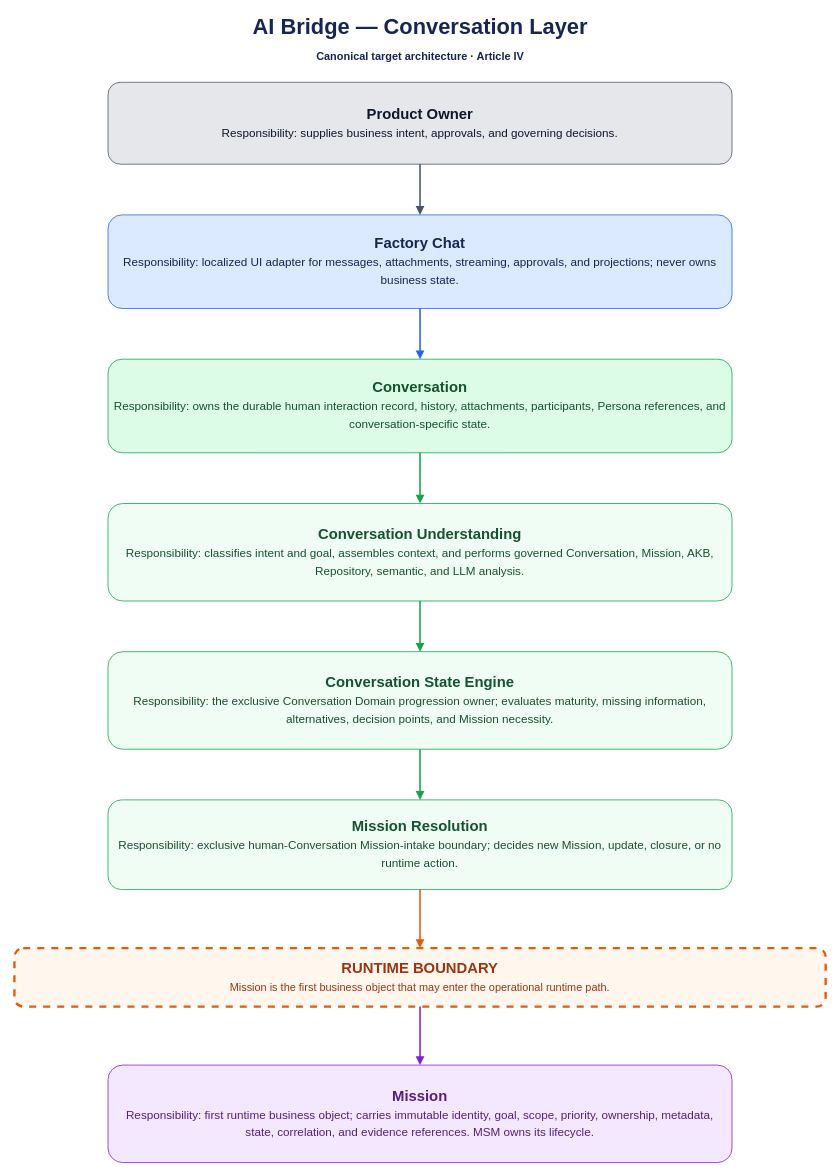
Above: docs/architecture/diagrams/01-conversation-layer/Conversation Layer.drawio in zsambokia/ai-bridge (draw.io), before the change. Source tidied: cells renumbered, new cells numbered last; positions are measured from the earlier drawing's top-left corner, leaving out a move shared by most shapes. Both pictures are drawn from the tidied source at 78%, with x=0, y=0 at pixel (14, 16).
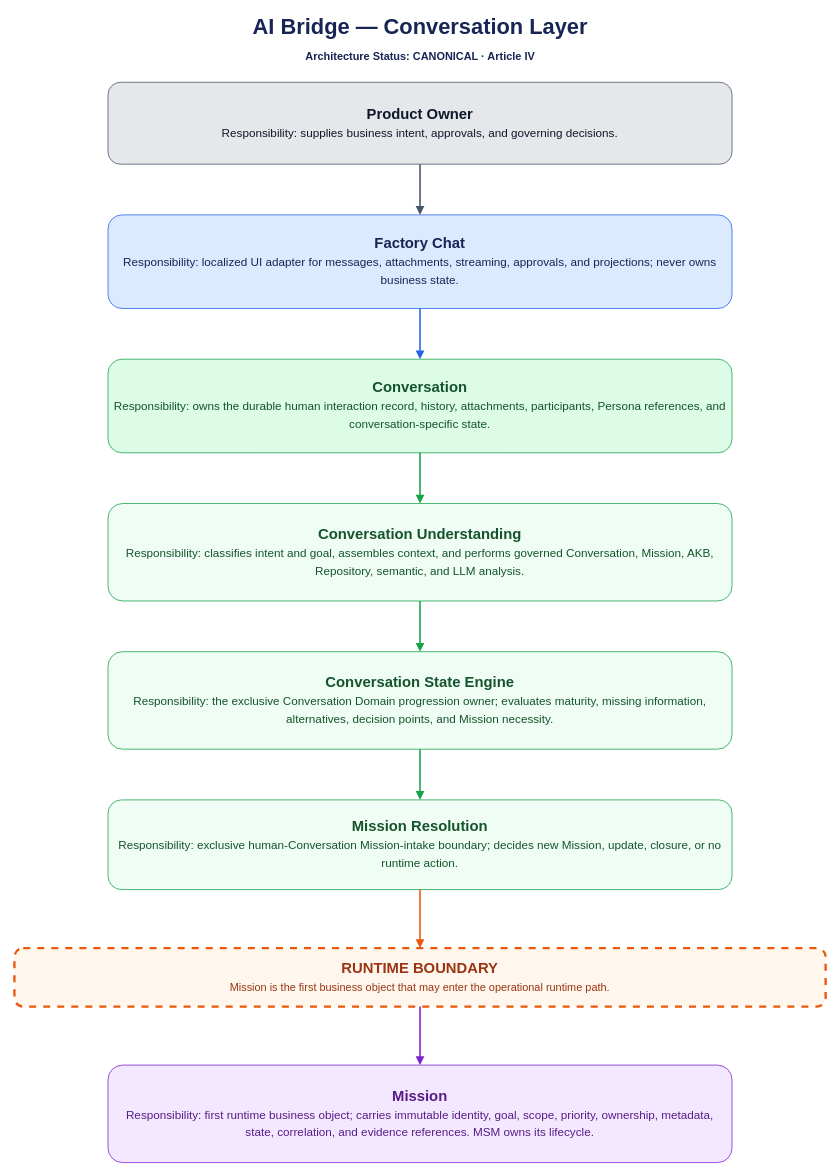
The same diagram, later.

The edit, as a diff of the source:
```diff
@@
 <mxGraphModel>
   <root>
     <mxCell id="0" />
     <mxCell id="1" parent="0" />
-    <mxCell id="2" value="AI Bridge — Conversation Layer&lt;br&gt;&lt;font style=&quot;font-size:14px&quot;&gt;Canonical target architecture · Article IV&lt;/font&gt;" style="text;html=1;align=center;verticalAlign=middle;fontSize=28;fontStyle=1;fontColor=#172554;" parent="1" vertex="1">
+    <mxCell id="2" value="AI Bridge — Conversation Layer&lt;br&gt;&lt;font style=&quot;font-size:14px&quot;&gt;Architecture Status: CANONICAL · Article IV&lt;/font&gt;" style="text;html=1;align=center;verticalAlign=middle;fontSize=28;fontStyle=1;fontColor=#172554;" parent="1" vertex="1">
       <mxGeometry width="1040" height="60" as="geometry" />
     </mxCell>
     <mxCell id="3" value="&lt;b&gt;Product Owner&lt;/b&gt;&lt;br&gt;&lt;font style=&quot;font-size:15px&quot;&gt;Responsibility: supplies business intent, approvals, and governing decisions.&lt;/font&gt;" style="rounded=1;whiteSpace=wrap;html=1;fillColor=#E5E7EB;strokeColor=#475569;fontColor=#0F172A;fontSize=19;align=center;verticalAlign=middle;spacing=8;" parent="1" vertex="1">
       <mxGeometry x="120" y="85" width="800" height="105" as="geometry" />
     </mxCell>
     <mxCell id="4" value="&lt;b&gt;Factory Chat&lt;/b&gt;&lt;br&gt;&lt;font style=&quot;font-size:15px&quot;&gt;Responsibility: localized UI adapter for messages, attachments, streaming, approvals, and projections; never owns business state.&lt;/font&gt;" style="rounded=1;whiteSpace=wrap;html=1;fillColor=#DBEAFE;strokeColor=#2563EB;fontColor=#172554;fontSize=19;align=center;verticalAlign=middle;spacing=8;" parent="1" vertex="1">
       <mxGeometry x="120" y="255" width="800" height="120" as="geometry" />
     </mxCell>
     <mxCell id="5" value="&lt;b&gt;Conversation&lt;/b&gt;&lt;br&gt;&lt;font style=&quot;font-size:15px&quot;&gt;Responsibility: owns the durable human interaction record, history, attachments, participants, Persona references, and conversation-specific state.&lt;/font&gt;" style="rounded=1;whiteSpace=wrap;html=1;fillColor=#DCFCE7;strokeColor=#16A34A;fontColor=#14532D;fontSize=19;align=center;verticalAlign=middle;spacing=8;" parent="1" vertex="1">
       <mxGeometry x="120" y="440" width="800" height="120" as="geometry" />
     </mxCell>
     <mxCell id="6" value="&lt;b&gt;Conversation Understanding&lt;/b&gt;&lt;br&gt;&lt;font style=&quot;font-size:15px&quot;&gt;Responsibility: classifies intent and goal, assembles context, and performs governed Conversation, Mission, AKB, Repository, semantic, and LLM analysis.&lt;/font&gt;" style="rounded=1;whiteSpace=wrap;html=1;fillColor=#F0FDF4;strokeColor=#16A34A;fontColor=#14532D;fontSize=19;align=center;verticalAlign=middle;spacing=8;" parent="1" vertex="1">
       <mxGeometry x="120" y="625" width="800" height="125" as="geometry" />
     </mxCell>
     <mxCell id="7" value="&lt;b&gt;Conversation State Engine&lt;/b&gt;&lt;br&gt;&lt;font style=&quot;font-size:15px&quot;&gt;Responsibility: the exclusive Conversation Domain progression owner; evaluates maturity, missing information, alternatives, decision points, and Mission necessity.&lt;/font&gt;" style="rounded=1;whiteSpace=wrap;html=1;fillColor=#F0FDF4;strokeColor=#16A34A;fontColor=#14532D;fontSize=19;align=center;verticalAlign=middle;spacing=8;" parent="1" vertex="1">
       <mxGeometry x="120" y="815" width="800" height="125" as="geometry" />
     </mxCell>
     <mxCell id="8" value="&lt;b&gt;Mission Resolution&lt;/b&gt;&lt;br&gt;&lt;font style=&quot;font-size:15px&quot;&gt;Responsibility: exclusive human-Conversation Mission-intake boundary; decides new Mission, update, closure, or no runtime action.&lt;/font&gt;" style="rounded=1;whiteSpace=wrap;html=1;fillColor=#F0FDF4;strokeColor=#16A34A;fontColor=#14532D;fontSize=19;align=center;verticalAlign=middle;spacing=8;" parent="1" vertex="1">
       <mxGeometry x="120" y="1005" width="800" height="115" as="geometry" />
     </mxCell>
     <mxCell id="9" value="&lt;b&gt;RUNTIME BOUNDARY&lt;/b&gt;&lt;br&gt;&lt;font style=&quot;font-size:14px&quot;&gt;Mission is the first business object that may enter the operational runtime path.&lt;/font&gt;" style="rounded=1;whiteSpace=wrap;html=1;fillColor=#FFF7ED;strokeColor=#EA580C;strokeWidth=3;dashed=1;fontColor=#9A3412;fontSize=19;align=center;verticalAlign=middle;spacing=8;" parent="1" vertex="1">
       <mxGeometry y="1195" width="1040" height="75" as="geometry" />
     </mxCell>
     <mxCell id="10" value="&lt;b&gt;Mission&lt;/b&gt;&lt;br&gt;&lt;font style=&quot;font-size:15px&quot;&gt;Responsibility: first runtime business object; carries immutable identity, goal, scope, priority, ownership, metadata, state, correlation, and evidence references. MSM owns its lifecycle.&lt;/font&gt;" style="rounded=1;whiteSpace=wrap;html=1;fillColor=#F3E8FF;strokeColor=#7E22CE;fontColor=#581C87;fontSize=19;align=center;verticalAlign=middle;spacing=8;" parent="1" vertex="1">
       <mxGeometry x="120" y="1345" width="800" height="125" as="geometry" />
     </mxCell>
     <mxCell id="11" style="edgeStyle=orthogonalEdgeStyle;rounded=0;jettySize=auto;html=1;endArrow=block;endFill=1;strokeColor=#475569;strokeWidth=2;" parent="1" edge="1" source="3" target="4">
       <mxGeometry relative="1" as="geometry" />
     </mxCell>
     <mxCell id="12" style="edgeStyle=orthogonalEdgeStyle;rounded=0;jettySize=auto;html=1;endArrow=block;endFill=1;strokeColor=#2563EB;strokeWidth=2;" parent="1" edge="1" source="4" target="5">
       <mxGeometry relative="1" as="geometry" />
     </mxCell>
     <mxCell id="13" style="edgeStyle=orthogonalEdgeStyle;rounded=0;jettySize=auto;html=1;endArrow=block;endFill=1;strokeColor=#16A34A;strokeWidth=2;" parent="1" edge="1" source="5" target="6">
       <mxGeometry relative="1" as="geometry" />
     </mxCell>
     <mxCell id="14" style="edgeStyle=orthogonalEdgeStyle;rounded=0;jettySize=auto;html=1;endArrow=block;endFill=1;strokeColor=#16A34A;strokeWidth=2;" parent="1" edge="1" source="6" target="7">
       <mxGeometry relative="1" as="geometry" />
     </mxCell>
     <mxCell id="15" style="edgeStyle=orthogonalEdgeStyle;rounded=0;jettySize=auto;html=1;endArrow=block;endFill=1;strokeColor=#16A34A;strokeWidth=2;" parent="1" edge="1" source="7" target="8">
       <mxGeometry relative="1" as="geometry" />
     </mxCell>
     <mxCell id="16" style="edgeStyle=orthogonalEdgeStyle;rounded=0;jettySize=auto;html=1;endArrow=block;endFill=1;strokeColor=#EA580C;strokeWidth=2;" parent="1" edge="1" source="8" target="9">
       <mxGeometry relative="1" as="geometry" />
     </mxCell>
     <mxCell id="17" style="edgeStyle=orthogonalEdgeStyle;rounded=0;jettySize=auto;html=1;endArrow=block;endFill=1;strokeColor=#7E22CE;strokeWidth=2;" parent="1" edge="1" source="9" target="10">
       <mxGeometry relative="1" as="geometry" />
     </mxCell>
   </root>
 </mxGraphModel>
```
